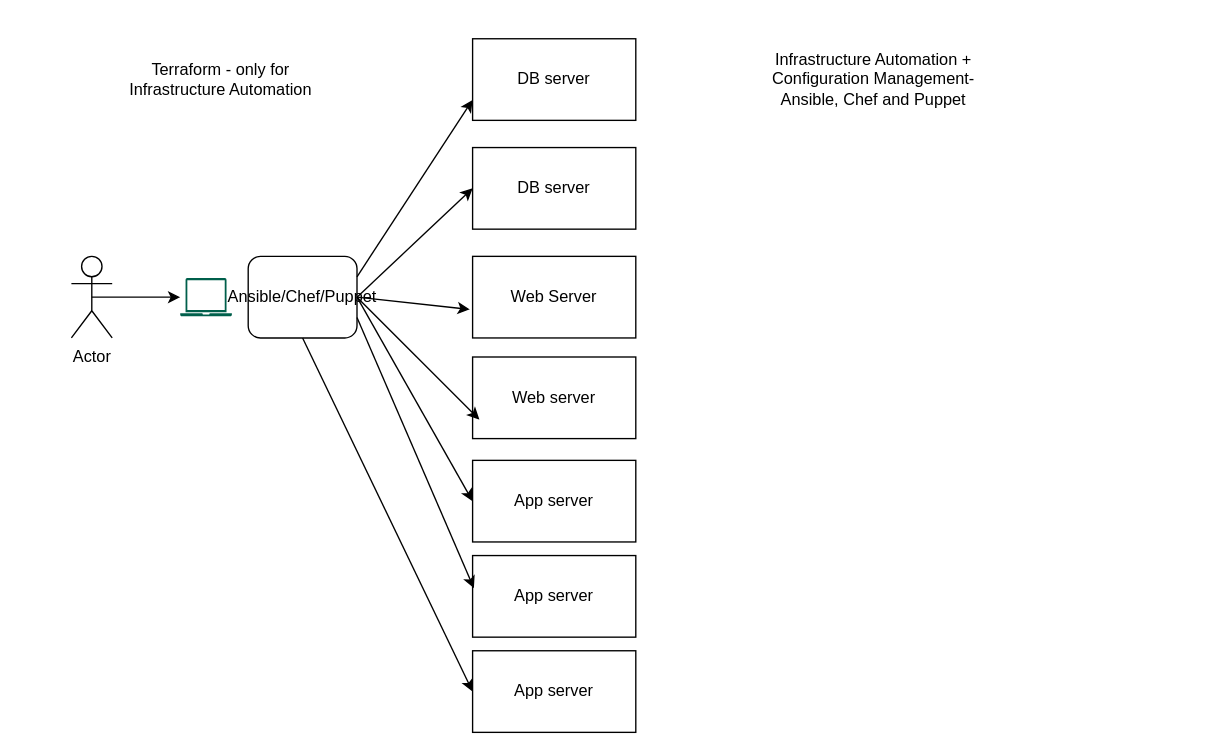
Before: page "Page-1" (1 of 2) of Infra As a Code.drawio in akannan1087/aws_devops, a draw.io diagram. Source tidied: cells renumbered, new cells numbered last; positions are measured from the earlier drawing's top-left corner, leaving out a move shared by most shapes. Both pictures are drawn from the tidied source at 136%, with x=0, y=0 at pixel (71, 38).
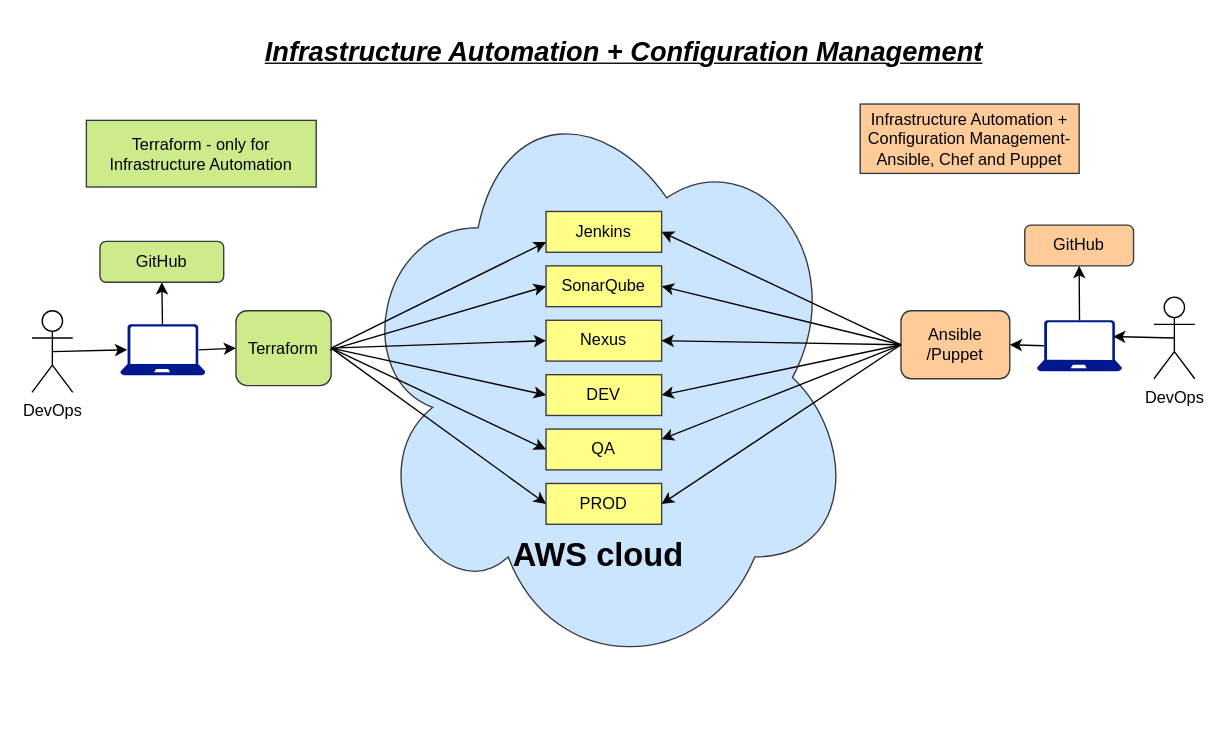
The same page after the edit.

Change to the diagram source:
```diff
@@
-    <mxCell id="2" value="DB server" style="rounded=0;whiteSpace=wrap;html=1;" parent="1" vertex="1">
-      <mxGeometry x="295" width="120" height="60" as="geometry" />
-    </mxCell>
-    <mxCell id="3" value="App server" style="rounded=0;whiteSpace=wrap;html=1;" parent="1" vertex="1">
-      <mxGeometry x="295" y="450" width="120" height="60" as="geometry" />
-    </mxCell>
-    <mxCell id="4" value="DB server" style="rounded=0;whiteSpace=wrap;html=1;" parent="1" vertex="1">
-      <mxGeometry x="295" y="80" width="120" height="60" as="geometry" />
-    </mxCell>
-    <mxCell id="5" value="Web Server" style="rounded=0;whiteSpace=wrap;html=1;" parent="1" vertex="1">
-      <mxGeometry x="295" y="160" width="120" height="60" as="geometry" />
-    </mxCell>
-    <mxCell id="6" value="Web server" style="rounded=0;whiteSpace=wrap;html=1;" parent="1" vertex="1">
-      <mxGeometry x="295" y="234" width="120" height="60" as="geometry" />
-    </mxCell>
-    <mxCell id="7" value="App server" style="rounded=0;whiteSpace=wrap;html=1;" parent="1" vertex="1">
-      <mxGeometry x="295" y="310" width="120" height="60" as="geometry" />
-    </mxCell>
-    <mxCell id="8" value="App server" style="rounded=0;whiteSpace=wrap;html=1;" parent="1" vertex="1">
-      <mxGeometry x="295" y="380" width="120" height="60" as="geometry" />
-    </mxCell>
-    <mxCell id="9" value="Actor" style="shape=umlActor;verticalLabelPosition=bottom;labelBackgroundColor=#ffffff;verticalAlign=top;html=1;outlineConnect=0;" parent="1" vertex="1">
-      <mxGeometry y="160" width="30" height="60" as="geometry" />
+    <mxCell id="9" value="DevOps" style="shape=umlActor;verticalLabelPosition=bottom;labelBackgroundColor=#ffffff;verticalAlign=top;html=1;outlineConnect=0;" parent="1" vertex="1">
+      <mxGeometry x="-29" y="200" width="30" height="60" as="geometry" />
     </mxCell>
-    <mxCell id="10" style="shadow=0;dashed=0;html=1;strokeColor=none;fillColor=#005F4B;labelPosition=center;verticalLabelPosition=bottom;verticalAlign=top;align=center;outlineConnect=0;shape=mxgraph.veeam2.laptop;" parent="1" vertex="1">
-      <mxGeometry x="80" y="176" width="38" height="28" as="geometry" />
-    </mxCell>
-    <mxCell id="11" style="endArrow=classic;html=1;exitX=0.5;exitY=0.5;exitDx=0;exitDy=0;exitPerimeter=0;" parent="1" edge="1" source="9" target="10">
+    <mxCell id="11" style="endArrow=classic;html=1;exitX=0.5;exitY=0.5;exitDx=0;exitDy=0;exitPerimeter=0;entryX=0.08;entryY=0.5;entryDx=0;entryDy=0;entryPerimeter=0;" parent="1" edge="1" source="9" target="23">
       <mxGeometry relative="1" as="geometry" />
     </mxCell>
-    <mxCell id="12" value="Ansible/Chef/Puppet" style="rounded=1;whiteSpace=wrap;html=1;" parent="1" vertex="1">
-      <mxGeometry x="130" y="160" width="80" height="60" as="geometry" />
+    <mxCell id="12" value="Terraform" style="rounded=1;whiteSpace=wrap;html=1;fillColor=#cdeb8b;strokeColor=#36393d;" parent="1" vertex="1">
+      <mxGeometry x="121" y="200" width="70" height="55" as="geometry" />
     </mxCell>
-    <mxCell id="13" style="endArrow=classic;html=1;exitX=1;exitY=0.5;exitDx=0;exitDy=0;" parent="1" edge="1" source="12">
-      <mxGeometry relative="1" as="geometry">
-        <mxPoint x="300" y="280" as="targetPoint" />
-      </mxGeometry>
-    </mxCell>
-    <mxCell id="14" style="endArrow=classic;html=1;exitX=1;exitY=0.25;exitDx=0;exitDy=0;entryX=0;entryY=0.75;entryDx=0;entryDy=0;" parent="1" edge="1" source="12" target="2">
-      <mxGeometry relative="1" as="geometry" />
-    </mxCell>
-    <mxCell id="15" style="endArrow=classic;html=1;exitX=1;exitY=0.5;exitDx=0;exitDy=0;entryX=0;entryY=0.5;entryDx=0;entryDy=0;" parent="1" edge="1" source="12" target="7">
-      <mxGeometry relative="1" as="geometry" />
-    </mxCell>
-    <mxCell id="16" style="endArrow=classic;html=1;exitX=1;exitY=0.75;exitDx=0;exitDy=0;entryX=0.008;entryY=0.4;entryDx=0;entryDy=0;entryPerimeter=0;" parent="1" edge="1" source="12" target="8">
-      <mxGeometry relative="1" as="geometry" />
-    </mxCell>
-    <mxCell id="17" style="endArrow=classic;html=1;exitX=0.5;exitY=1;exitDx=0;exitDy=0;entryX=0;entryY=0.5;entryDx=0;entryDy=0;" parent="1" edge="1" source="12" target="3">
-      <mxGeometry relative="1" as="geometry" />
-    </mxCell>
-    <mxCell id="18" style="endArrow=classic;html=1;exitX=1;exitY=0.5;exitDx=0;exitDy=0;entryX=-0.017;entryY=0.65;entryDx=0;entryDy=0;entryPerimeter=0;" parent="1" edge="1" source="12" target="5">
-      <mxGeometry relative="1" as="geometry" />
-    </mxCell>
-    <mxCell id="19" style="endArrow=classic;html=1;exitX=1;exitY=0.5;exitDx=0;exitDy=0;entryX=0;entryY=0.5;entryDx=0;entryDy=0;" parent="1" edge="1" source="12" target="4">
-      <mxGeometry relative="1" as="geometry" />
-    </mxCell>
-    <mxCell id="20" value="Terraform - only for Infrastructure Automation" style="text;html=1;strokeColor=none;fillColor=none;align=center;verticalAlign=middle;whiteSpace=wrap;rounded=0;" parent="1" vertex="1">
-      <mxGeometry x="30" y="20" width="160" height="20" as="geometry" />
+    <mxCell id="20" value="Terraform - only for Infrastructure Automation" style="text;html=1;strokeColor=#36393d;fillColor=#cdeb8b;align=center;verticalAlign=middle;whiteSpace=wrap;rounded=0;" parent="1" vertex="1">
+      <mxGeometry x="11" y="60" width="169" height="49" as="geometry" />
     </mxCell>
-    <mxCell id="21" value="Infrastructure Automation + &lt;br&gt;&lt;div&gt;Configuration Management- Ansible, Chef and Puppet&lt;/div&gt;" style="text;html=1;strokeColor=none;fillColor=none;align=center;verticalAlign=middle;whiteSpace=wrap;rounded=0;" parent="1" vertex="1">
-      <mxGeometry x="510" y="20" width="160" height="20" as="geometry" />
+    <mxCell id="21" value="Infrastructure Automation + &lt;br&gt;&lt;div&gt;Configuration Management- Ansible, Chef and Puppet&lt;/div&gt;" style="text;html=1;strokeColor=#36393d;fillColor=#ffcc99;align=center;verticalAlign=middle;whiteSpace=wrap;rounded=0;" parent="1" vertex="1">
+      <mxGeometry x="580" y="48" width="161" height="51" as="geometry" />
     </mxCell>
+    <mxCell id="22" value="&lt;div&gt;Ansible&lt;/div&gt;&lt;div&gt;/Puppet&lt;/div&gt;" style="rounded=1;whiteSpace=wrap;html=1;fillColor=#ffcc99;strokeColor=#36393d;" parent="1" vertex="1">
+      <mxGeometry x="610" y="200" width="80" height="50" as="geometry" />
+    </mxCell>
+    <mxCell id="23" style="shadow=0;dashed=0;html=1;strokeColor=none;labelPosition=center;verticalLabelPosition=bottom;verticalAlign=top;align=center;fillColor=#00188D;shape=mxgraph.azure.laptop;" parent="1" vertex="1">
+      <mxGeometry x="36" y="210" width="62.5" height="37.5" as="geometry" />
+    </mxCell>
+    <mxCell id="24" style="endArrow=classic;html=1;exitX=0.92;exitY=0.5;exitDx=0;exitDy=0;exitPerimeter=0;entryX=0;entryY=0.5;entryDx=0;entryDy=0;" parent="1" edge="1" source="23" target="12">
+      <mxGeometry relative="1" as="geometry" />
+    </mxCell>
+    <mxCell id="25" style="ellipse;shape=cloud;whiteSpace=wrap;html=1;fillColor=#cce5ff;strokeColor=#36393d;" parent="1" vertex="1">
+      <mxGeometry x="206.5" y="29" width="370" height="440" as="geometry" />
+    </mxCell>
+    <mxCell id="26" value="Jenkins" style="rounded=0;whiteSpace=wrap;html=1;fillColor=#ffff88;strokeColor=#36393d;" parent="1" vertex="1">
+      <mxGeometry x="349" y="127" width="85" height="30" as="geometry" />
+    </mxCell>
+    <mxCell id="27" value="SonarQube" style="rounded=0;whiteSpace=wrap;html=1;fillColor=#ffff88;strokeColor=#36393d;" parent="1" vertex="1">
+      <mxGeometry x="349" y="167" width="85" height="30" as="geometry" />
+    </mxCell>
+    <mxCell id="28" value="Nexus" style="rounded=0;whiteSpace=wrap;html=1;fillColor=#ffff88;strokeColor=#36393d;" parent="1" vertex="1">
+      <mxGeometry x="349" y="207" width="85" height="30" as="geometry" />
+    </mxCell>
+    <mxCell id="29" value="DEV" style="rounded=0;whiteSpace=wrap;html=1;fillColor=#ffff88;strokeColor=#36393d;" parent="1" vertex="1">
+      <mxGeometry x="349" y="247" width="85" height="30" as="geometry" />
+    </mxCell>
+    <mxCell id="30" value="QA" style="rounded=0;whiteSpace=wrap;html=1;fillColor=#ffff88;strokeColor=#36393d;" parent="1" vertex="1">
+      <mxGeometry x="349" y="287" width="85" height="30" as="geometry" />
+    </mxCell>
+    <mxCell id="31" value="PROD" style="rounded=0;whiteSpace=wrap;html=1;fillColor=#ffff88;strokeColor=#36393d;" parent="1" vertex="1">
+      <mxGeometry x="349" y="327" width="85" height="30" as="geometry" />
+    </mxCell>
+    <mxCell id="32" style="endArrow=classic;html=1;entryX=0;entryY=0.75;entryDx=0;entryDy=0;exitX=1;exitY=0.5;exitDx=0;exitDy=0;" parent="1" edge="1" source="12" target="26">
+      <mxGeometry relative="1" as="geometry" />
+    </mxCell>
+    <mxCell id="33" style="endArrow=classic;html=1;entryX=0;entryY=0.5;entryDx=0;entryDy=0;" parent="1" edge="1" target="27">
+      <mxGeometry relative="1" as="geometry">
+        <mxPoint x="190" y="229" as="sourcePoint" />
+      </mxGeometry>
+    </mxCell>
+    <mxCell id="34" style="endArrow=classic;html=1;entryX=0;entryY=0.5;entryDx=0;entryDy=0;exitX=1;exitY=0.5;exitDx=0;exitDy=0;" parent="1" edge="1" source="12" target="28">
+      <mxGeometry relative="1" as="geometry" />
+    </mxCell>
+    <mxCell id="35" style="endArrow=classic;html=1;entryX=0;entryY=0.5;entryDx=0;entryDy=0;exitX=1;exitY=0.5;exitDx=0;exitDy=0;" parent="1" edge="1" source="12" target="29">
+      <mxGeometry relative="1" as="geometry" />
+    </mxCell>
+    <mxCell id="36" style="endArrow=classic;html=1;entryX=0;entryY=0.5;entryDx=0;entryDy=0;exitX=1;exitY=0.5;exitDx=0;exitDy=0;" parent="1" edge="1" source="12" target="30">
+      <mxGeometry relative="1" as="geometry" />
+    </mxCell>
+    <mxCell id="37" style="endArrow=classic;html=1;entryX=0;entryY=0.5;entryDx=0;entryDy=0;exitX=1;exitY=0.5;exitDx=0;exitDy=0;" parent="1" edge="1" source="12" target="31">
+      <mxGeometry relative="1" as="geometry" />
+    </mxCell>
+    <mxCell id="38" value="&lt;h1&gt;AWS cloud&lt;br&gt;&lt;/h1&gt;&lt;p&gt;&lt;br&gt;&lt;/p&gt;" style="text;html=1;strokeColor=none;fillColor=none;spacing=5;spacingTop=-20;whiteSpace=wrap;overflow=hidden;rounded=0;" parent="1" vertex="1">
+      <mxGeometry x="320" y="360" width="190" height="40" as="geometry" />
+    </mxCell>
+    <mxCell id="39" style="endArrow=classic;html=1;exitX=0;exitY=0.5;exitDx=0;exitDy=0;entryX=1;entryY=0.5;entryDx=0;entryDy=0;" parent="1" edge="1" source="22" target="26">
+      <mxGeometry relative="1" as="geometry" />
+    </mxCell>
+    <mxCell id="40" style="endArrow=classic;html=1;exitX=0;exitY=0.5;exitDx=0;exitDy=0;entryX=1;entryY=0.5;entryDx=0;entryDy=0;" parent="1" edge="1" source="22" target="27">
+      <mxGeometry relative="1" as="geometry" />
+    </mxCell>
+    <mxCell id="41" style="endArrow=classic;html=1;exitX=0;exitY=0.5;exitDx=0;exitDy=0;entryX=1;entryY=0.5;entryDx=0;entryDy=0;" parent="1" edge="1" source="22" target="28">
+      <mxGeometry relative="1" as="geometry" />
+    </mxCell>
+    <mxCell id="42" style="endArrow=classic;html=1;exitX=0;exitY=0.5;exitDx=0;exitDy=0;entryX=1;entryY=0.5;entryDx=0;entryDy=0;" parent="1" edge="1" source="22" target="29">
+      <mxGeometry relative="1" as="geometry" />
+    </mxCell>
+    <mxCell id="43" style="endArrow=classic;html=1;exitX=0;exitY=0.5;exitDx=0;exitDy=0;entryX=1;entryY=0.25;entryDx=0;entryDy=0;" parent="1" edge="1" source="22" target="30">
+      <mxGeometry relative="1" as="geometry" />
+    </mxCell>
+    <mxCell id="44" style="endArrow=classic;html=1;entryX=1;entryY=0.5;entryDx=0;entryDy=0;exitX=0;exitY=0.5;exitDx=0;exitDy=0;" parent="1" edge="1" source="22" target="31">
+      <mxGeometry relative="1" as="geometry" />
+    </mxCell>
+    <mxCell id="45" value="GitHub" style="rounded=1;whiteSpace=wrap;html=1;fillColor=#cdeb8b;strokeColor=#36393d;" parent="1" vertex="1">
+      <mxGeometry x="21" y="149" width="91" height="30" as="geometry" />
+    </mxCell>
+    <mxCell id="46" value="&lt;i&gt;&lt;u&gt;&lt;font style=&quot;font-size: 20px&quot;&gt;&lt;b&gt;&lt;font style=&quot;font-size: 20px&quot;&gt;Infrastructure Automation + Configuration Management&lt;/font&gt;&lt;/b&gt;&lt;/font&gt;&lt;/u&gt;&lt;/i&gt;" style="text;html=1;strokeColor=none;fillColor=none;align=center;verticalAlign=middle;whiteSpace=wrap;rounded=0;" parent="1" vertex="1">
+      <mxGeometry x="131.5" y="-11" width="548.5" height="40" as="geometry" />
+    </mxCell>
+    <mxCell id="47" style="endArrow=classic;html=1;entryX=0.5;entryY=1;entryDx=0;entryDy=0;" parent="1" edge="1" source="23" target="45">
+      <mxGeometry relative="1" as="geometry" />
+    </mxCell>
+    <mxCell id="48" value="GitHub" style="rounded=1;whiteSpace=wrap;html=1;fillColor=#ffcc99;strokeColor=#36393d;" parent="1" vertex="1">
+      <mxGeometry x="701" y="137" width="80" height="30" as="geometry" />
+    </mxCell>
+    <mxCell id="49" value="DevOps" style="shape=umlActor;verticalLabelPosition=bottom;labelBackgroundColor=#ffffff;verticalAlign=top;html=1;outlineConnect=0;" parent="1" vertex="1">
+      <mxGeometry x="796" y="190" width="30" height="60" as="geometry" />
+    </mxCell>
+    <mxCell id="50" style="shadow=0;dashed=0;html=1;strokeColor=none;labelPosition=center;verticalLabelPosition=bottom;verticalAlign=top;align=center;fillColor=#00188D;shape=mxgraph.azure.laptop;" parent="1" vertex="1">
+      <mxGeometry x="710" y="207" width="62.5" height="37.5" as="geometry" />
+    </mxCell>
+    <mxCell id="51" style="endArrow=classic;html=1;entryX=0.5;entryY=1;entryDx=0;entryDy=0;exitX=0.5;exitY=0;exitDx=0;exitDy=0;exitPerimeter=0;" parent="1" edge="1" source="50" target="48">
+      <mxGeometry relative="1" as="geometry" />
+    </mxCell>
+    <mxCell id="52" style="endArrow=classic;html=1;exitX=0.08;exitY=0.5;exitDx=0;exitDy=0;exitPerimeter=0;entryX=1;entryY=0.5;entryDx=0;entryDy=0;" parent="1" edge="1" source="50" target="22">
+      <mxGeometry relative="1" as="geometry" />
+    </mxCell>
+    <mxCell id="53" style="endArrow=classic;html=1;exitX=0.5;exitY=0.5;exitDx=0;exitDy=0;exitPerimeter=0;entryX=0.896;entryY=0.32;entryDx=0;entryDy=0;entryPerimeter=0;" parent="1" edge="1" source="49" target="50">
+      <mxGeometry relative="1" as="geometry" />
+    </mxCell>
```
